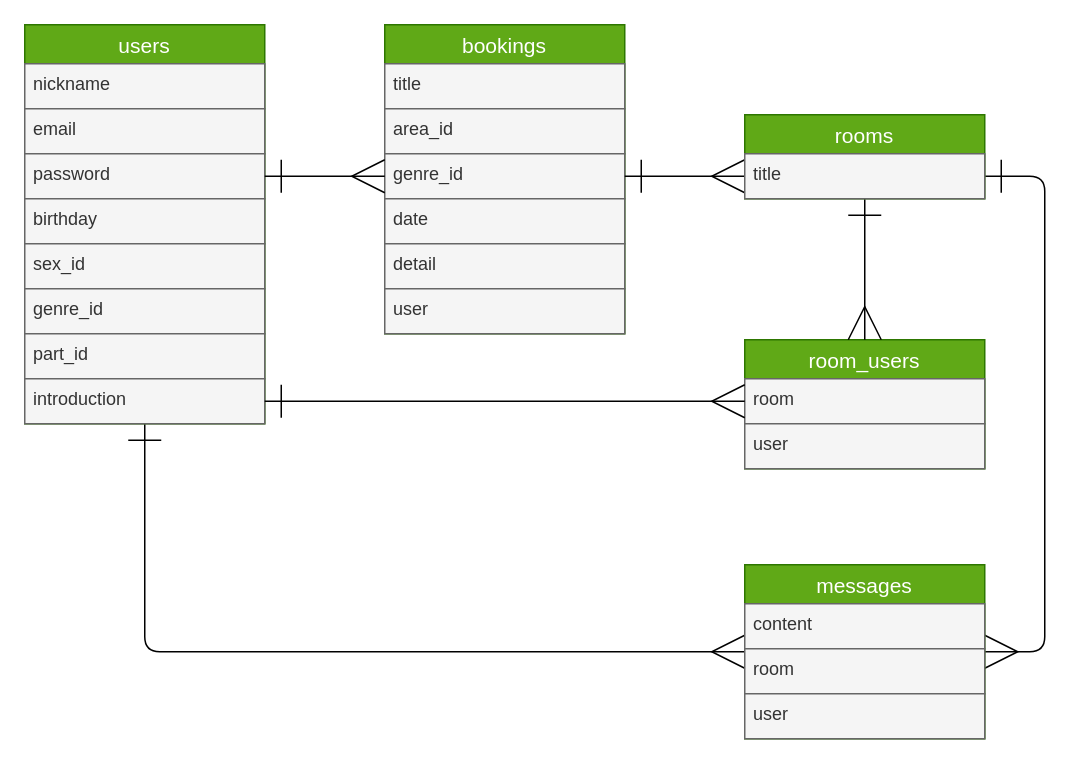
This is database.dio from yuki-0202/bandbond, a draw.io file, before an edit. Source tidied: cells renumbered, new cells numbered last; positions are measured from the earlier drawing's top-left corner, leaving out a move shared by most shapes. Both pictures are drawn from the tidied source at 150%, with x=0, y=0 at pixel (24, 24).
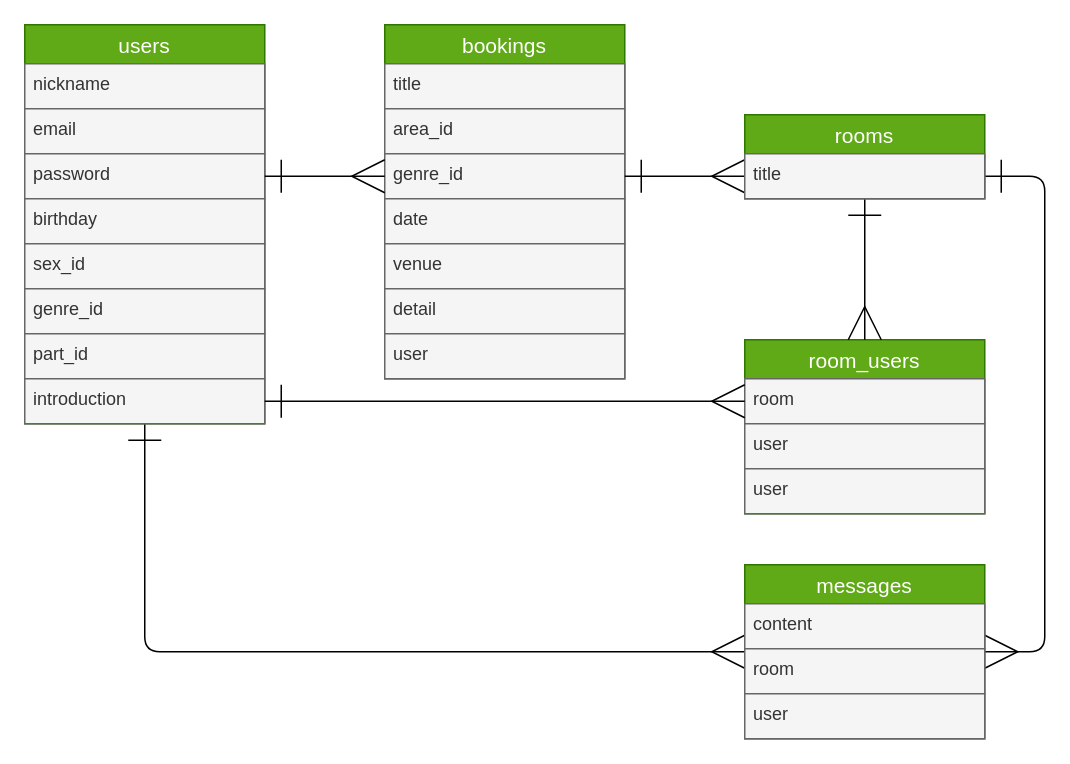
After the change.

Change to the diagram source:
```diff
@@
     <mxCell id="12" value="bookings" style="swimlane;fontStyle=0;horizontal=1;startSize=26;align=center;fontSize=14;fillColor=#60a917;fontColor=#ffffff;strokeColor=#2D7600;" parent="1" vertex="1">
-      <mxGeometry x="240" width="160" height="206" as="geometry" />
+      <mxGeometry x="240" width="160" height="236" as="geometry" />
     </mxCell>
@@
-    <mxCell id="17" value="detail" style="text;strokeColor=#666666;fillColor=#f5f5f5;spacingLeft=4;spacingRight=4;overflow=hidden;fontSize=12;fontColor=#333333;" parent="12" vertex="1">
+    <mxCell id="17" value="venue" style="text;strokeColor=#666666;fillColor=#f5f5f5;spacingLeft=4;spacingRight=4;overflow=hidden;fontSize=12;fontColor=#333333;" parent="12" vertex="1">
       <mxGeometry y="146" width="160" height="30" as="geometry" />
     </mxCell>
-    <mxCell id="18" value="user" style="text;strokeColor=#666666;fillColor=#f5f5f5;spacingLeft=4;spacingRight=4;overflow=hidden;fontSize=12;fontColor=#333333;" parent="12" vertex="1">
+    <mxCell id="18" value="detail" style="text;strokeColor=#666666;fillColor=#f5f5f5;spacingLeft=4;spacingRight=4;overflow=hidden;fontSize=12;fontColor=#333333;" parent="12" vertex="1">
       <mxGeometry y="176" width="160" height="30" as="geometry" />
     </mxCell>
+    <mxCell id="33" value="user" style="text;strokeColor=#666666;fillColor=#f5f5f5;spacingLeft=4;spacingRight=4;overflow=hidden;fontSize=12;fontColor=#333333;" parent="12" vertex="1">
+      <mxGeometry y="206" width="160" height="30" as="geometry" />
+    </mxCell>
@@
     <mxCell id="25" value="room_users" style="swimlane;fontStyle=0;horizontal=1;startSize=26;align=center;fontSize=14;fillColor=#60a917;fontColor=#ffffff;strokeColor=#2D7600;" parent="1" vertex="1">
-      <mxGeometry x="480" y="210" width="160" height="86" as="geometry" />
+      <mxGeometry x="480" y="210" width="160" height="116" as="geometry" />
     </mxCell>
@@
+    <mxCell id="34" value="user" style="text;strokeColor=#666666;fillColor=#f5f5f5;spacingLeft=4;spacingRight=4;overflow=hidden;fontSize=12;fontColor=#333333;" parent="25" vertex="1">
+      <mxGeometry y="86" width="160" height="30" as="geometry" />
+    </mxCell>
```
